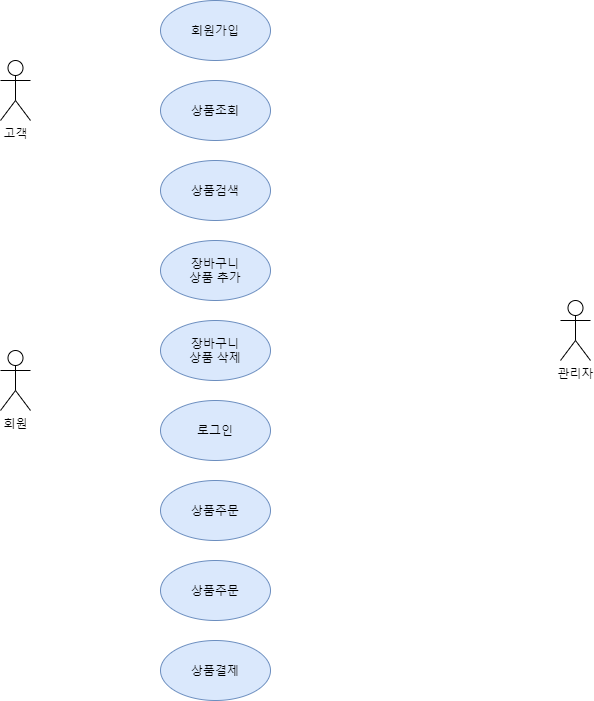
osiris0607/Project keeps this draw.io diagram as Actor Diagram.png. Above is the earlier version. Source tidied: cells renumbered, new cells last; positions are measured from the earlier drawing's top-left corner, leaving out a move shared by most shapes.
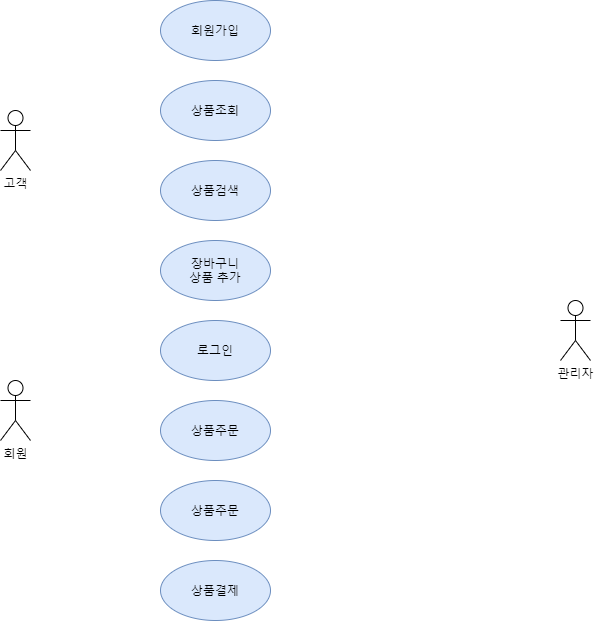
The same file after the commit.

What changed in the source:
```diff
@@ -3,10 +3,10 @@
     <mxCell id="0" />
     <mxCell id="1" parent="0" />
     <mxCell id="2" value="고객" style="shape=umlActor;verticalLabelPosition=bottom;verticalAlign=top;html=1;" parent="1" vertex="1">
-      <mxGeometry y="60" width="30" height="60" as="geometry" />
+      <mxGeometry y="110" width="30" height="60" as="geometry" />
     </mxCell>
     <mxCell id="3" value="회원" style="shape=umlActor;verticalLabelPosition=bottom;verticalAlign=top;html=1;" parent="1" vertex="1">
-      <mxGeometry y="350" width="30" height="60" as="geometry" />
+      <mxGeometry y="380" width="30" height="60" as="geometry" />
     </mxCell>
     <mxCell id="4" value="관리자" style="shape=umlActor;verticalLabelPosition=bottom;verticalAlign=top;html=1;" parent="1" vertex="1">
       <mxGeometry x="560" y="300" width="30" height="60" as="geometry" />
@@ -15,7 +15,7 @@
       <mxGeometry x="160" width="110" height="60" as="geometry" />
     </mxCell>
     <mxCell id="6" value="로그인" style="ellipse;whiteSpace=wrap;html=1;fillColor=#dae8fc;strokeColor=#6c8ebf;" parent="1" vertex="1">
-      <mxGeometry x="160" y="400" width="110" height="60" as="geometry" />
+      <mxGeometry x="160" y="320" width="110" height="60" as="geometry" />
     </mxCell>
     <mxCell id="7" value="상품조회" style="ellipse;whiteSpace=wrap;html=1;fillColor=#dae8fc;strokeColor=#6c8ebf;" parent="1" vertex="1">
       <mxGeometry x="160" y="80" width="110" height="60" as="geometry" />
@@ -24,19 +24,16 @@
       <mxGeometry x="160" y="160" width="110" height="60" as="geometry" />
     </mxCell>
     <mxCell id="9" value="상품주문" style="ellipse;whiteSpace=wrap;html=1;fillColor=#dae8fc;strokeColor=#6c8ebf;" parent="1" vertex="1">
-      <mxGeometry x="160" y="480" width="110" height="60" as="geometry" />
+      <mxGeometry x="160" y="400" width="110" height="60" as="geometry" />
     </mxCell>
     <mxCell id="10" value="상품주문" style="ellipse;whiteSpace=wrap;html=1;fillColor=#dae8fc;strokeColor=#6c8ebf;" parent="1" vertex="1">
-      <mxGeometry x="160" y="560" width="110" height="60" as="geometry" />
+      <mxGeometry x="160" y="480" width="110" height="60" as="geometry" />
     </mxCell>
     <mxCell id="11" value="상품결제" style="ellipse;whiteSpace=wrap;html=1;fillColor=#dae8fc;strokeColor=#6c8ebf;" parent="1" vertex="1">
-      <mxGeometry x="160" y="640" width="110" height="60" as="geometry" />
+      <mxGeometry x="160" y="560" width="110" height="60" as="geometry" />
     </mxCell>
     <mxCell id="12" value="장바구니&lt;br&gt;상품 추가" style="ellipse;whiteSpace=wrap;html=1;fillColor=#dae8fc;strokeColor=#6c8ebf;" parent="1" vertex="1">
       <mxGeometry x="160" y="240" width="110" height="60" as="geometry" />
     </mxCell>
-    <mxCell id="13" value="장바구니&lt;br&gt;상품 삭제" style="ellipse;whiteSpace=wrap;html=1;fillColor=#dae8fc;strokeColor=#6c8ebf;" parent="1" vertex="1">
-      <mxGeometry x="160" y="320" width="110" height="60" as="geometry" />
-    </mxCell>
   </root>
 </mxGraphModel>
```
